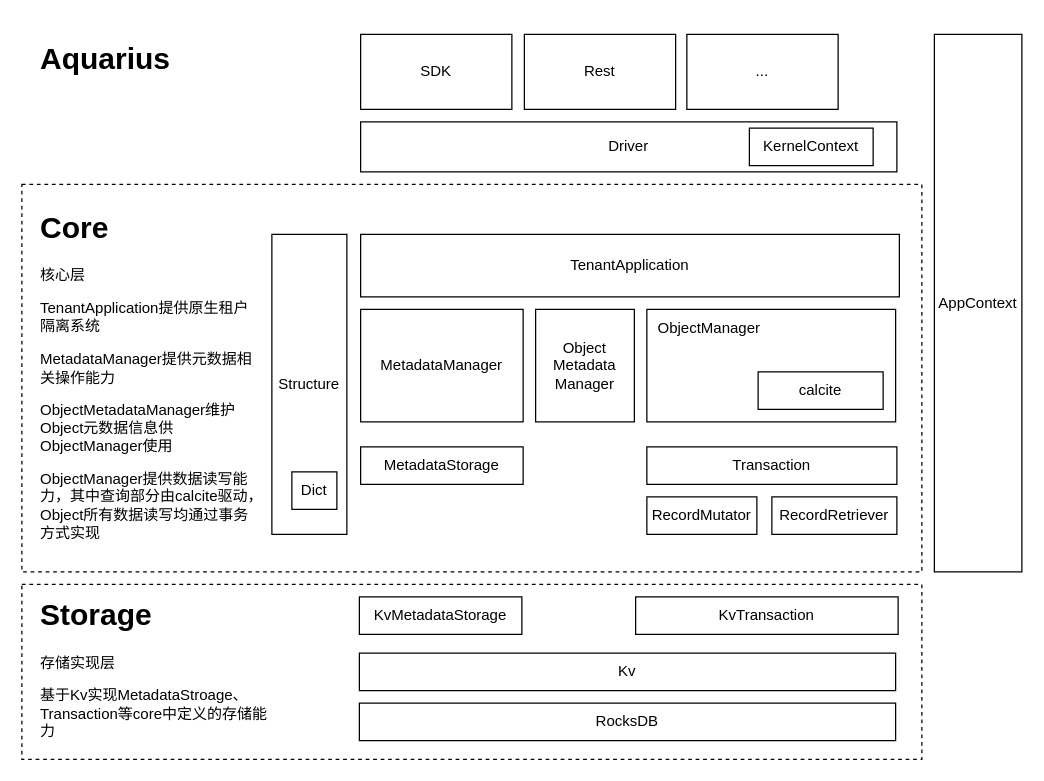
Before: page "架构图" (2 of 2) of aquaruis.drawio in yjfso/draw, a draw.io diagram. Source tidied: cells renumbered, new cells numbered last; positions are measured from the earlier drawing's top-left corner, leaving out a move shared by most shapes. Both pictures are drawn from the tidied source at 125%, with x=0, y=0 at pixel (21, 34).
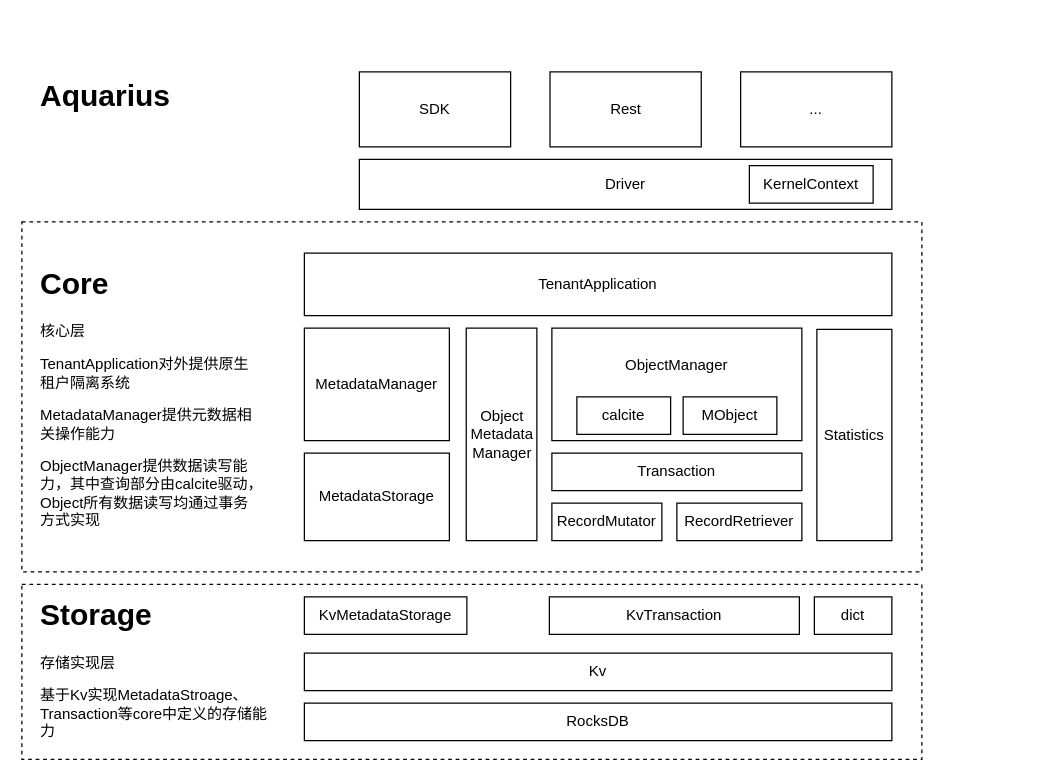
The same page after the edit.

What changed in the source:
```diff
@@
     <mxCell id="3" style="rounded=0;whiteSpace=wrap;html=1;dashed=1;" parent="1" vertex="1">
-      <mxGeometry y="120" width="720" height="310" as="geometry" />
+      <mxGeometry y="150" width="720" height="280" as="geometry" />
     </mxCell>
     <mxCell id="4" value="TenantApplication" style="rounded=0;whiteSpace=wrap;html=1;" parent="1" vertex="1">
-      <mxGeometry x="271" y="160" width="431" height="50" as="geometry" />
+      <mxGeometry x="226" y="175" width="470" height="50" as="geometry" />
     </mxCell>
     <mxCell id="5" value="MetadataManager" style="rounded=0;whiteSpace=wrap;html=1;" parent="1" vertex="1">
-      <mxGeometry x="271" y="220" width="130" height="90" as="geometry" />
+      <mxGeometry x="226" y="235" width="116" height="90" as="geometry" />
     </mxCell>
     <mxCell id="6" style="rounded=0;whiteSpace=wrap;html=1;" parent="1" vertex="1">
-      <mxGeometry x="500" y="220" width="199" height="90" as="geometry" />
+      <mxGeometry x="424" y="235" width="200" height="90" as="geometry" />
     </mxCell>
     <mxCell id="7" value="Object&lt;br&gt;Metadata&lt;br&gt;Manager" style="rounded=0;whiteSpace=wrap;html=1;" parent="1" vertex="1">
-      <mxGeometry x="411" y="220" width="79" height="90" as="geometry" />
+      <mxGeometry x="355.5" y="235" width="56.5" height="170" as="geometry" />
     </mxCell>
     <mxCell id="8" value="MetadataStorage" style="rounded=0;whiteSpace=wrap;html=1;" parent="1" vertex="1">
-      <mxGeometry x="271" y="330" width="130" height="30" as="geometry" />
+      <mxGeometry x="226" y="335" width="116" height="70" as="geometry" />
     </mxCell>
     <mxCell id="9" value="Transaction" style="rounded=0;whiteSpace=wrap;html=1;" parent="1" vertex="1">
-      <mxGeometry x="500" y="330" width="200" height="30" as="geometry" />
+      <mxGeometry x="424" y="335" width="200" height="30" as="geometry" />
     </mxCell>
     <mxCell id="10" value="KvMetadataStorage" style="rounded=0;whiteSpace=wrap;html=1;" parent="1" vertex="1">
-      <mxGeometry x="270" y="450" width="130" height="30" as="geometry" />
+      <mxGeometry x="226" y="450" width="130" height="30" as="geometry" />
     </mxCell>
     <mxCell id="11" value="RocksDB" style="rounded=0;whiteSpace=wrap;html=1;" parent="1" vertex="1">
-      <mxGeometry x="270" y="535" width="429" height="30" as="geometry" />
+      <mxGeometry x="226" y="535" width="470" height="30" as="geometry" />
     </mxCell>
     <mxCell id="12" value="Driver" style="rounded=0;whiteSpace=wrap;html=1;" parent="1" vertex="1">
-      <mxGeometry x="271" y="70" width="429" height="40" as="geometry" />
+      <mxGeometry x="270" y="100" width="426" height="40" as="geometry" />
     </mxCell>
     <mxCell id="13" value="SDK" style="rounded=0;whiteSpace=wrap;html=1;" parent="1" vertex="1">
-      <mxGeometry x="271" width="121" height="60" as="geometry" />
+      <mxGeometry x="270" y="30" width="121" height="60" as="geometry" />
     </mxCell>
     <mxCell id="14" value="Rest" style="rounded=0;whiteSpace=wrap;html=1;" parent="1" vertex="1">
-      <mxGeometry x="402" width="121" height="60" as="geometry" />
+      <mxGeometry x="422.5" y="30" width="121" height="60" as="geometry" />
     </mxCell>
     <mxCell id="15" value="..." style="rounded=0;whiteSpace=wrap;html=1;" parent="1" vertex="1">
-      <mxGeometry x="532" width="121" height="60" as="geometry" />
+      <mxGeometry x="575" y="30" width="121" height="60" as="geometry" />
     </mxCell>
-    <mxCell id="16" value="&lt;h1&gt;Core&lt;/h1&gt;&lt;p&gt;核心层&lt;/p&gt;&lt;p&gt;TenantApplication提供原生租户隔离系统&lt;/p&gt;&lt;p&gt;MetadataManager提供元数据相关操作能力&lt;/p&gt;&lt;p&gt;ObjectMetadataManager维护Object元数据信息供ObjectManager使用&lt;/p&gt;&lt;p&gt;ObjectManager提供数据读写能力，其中查询部分由calcite驱动，Object所有数据读写均通过事务方式实现&lt;/p&gt;" style="text;html=1;strokeColor=none;fillColor=none;spacing=5;spacingTop=-20;whiteSpace=wrap;overflow=hidden;rounded=0;dashed=1;" parent="1" vertex="1">
-      <mxGeometry x="10" y="135" width="186" height="290" as="geometry" />
+    <mxCell id="16" value="&lt;h1&gt;Core&lt;/h1&gt;&lt;p&gt;核心层&lt;/p&gt;&lt;p&gt;TenantApplication对外提供原生租户隔离系统&lt;/p&gt;&lt;p&gt;MetadataManager提供元数据相关操作能力&lt;/p&gt;&lt;p&gt;&lt;span style=&quot;background-color: initial;&quot;&gt;ObjectManager提供数据读写能力，其中查询部分由calcite驱动，Object所有数据读写均通过事务方式实现&lt;/span&gt;&lt;br&gt;&lt;/p&gt;" style="text;html=1;strokeColor=none;fillColor=none;spacing=5;spacingTop=-20;whiteSpace=wrap;overflow=hidden;rounded=0;dashed=1;" parent="1" vertex="1">
+      <mxGeometry x="10" y="180" width="186" height="235" as="geometry" />
     </mxCell>
     <mxCell id="17" value="calcite" style="rounded=0;whiteSpace=wrap;html=1;" parent="1" vertex="1">
-      <mxGeometry x="589" y="270" width="100" height="30" as="geometry" />
+      <mxGeometry x="444" y="290" width="75" height="30" as="geometry" />
     </mxCell>
     <mxCell id="18" value="KernelContext" style="rounded=0;whiteSpace=wrap;html=1;" parent="1" vertex="1">
-      <mxGeometry x="582" y="75" width="99" height="30" as="geometry" />
+      <mxGeometry x="582" y="105" width="99" height="30" as="geometry" />
     </mxCell>
     <mxCell id="19" value="RecordMutator" style="rounded=0;whiteSpace=wrap;html=1;" parent="1" vertex="1">
-      <mxGeometry x="500" y="370" width="88" height="30" as="geometry" />
+      <mxGeometry x="424" y="375" width="88" height="30" as="geometry" />
     </mxCell>
     <mxCell id="20" value="RecordRetriever" style="rounded=0;whiteSpace=wrap;html=1;" parent="1" vertex="1">
-      <mxGeometry x="600" y="370" width="100" height="30" as="geometry" />
+      <mxGeometry x="524" y="375" width="100" height="30" as="geometry" />
     </mxCell>
     <mxCell id="21" value="ObjectManager" style="text;html=1;strokeColor=none;fillColor=none;align=center;verticalAlign=middle;whiteSpace=wrap;rounded=0;" parent="1" vertex="1">
-      <mxGeometry x="501" y="220" width="98" height="30" as="geometry" />
+      <mxGeometry x="475" y="250" width="98" height="30" as="geometry" />
     </mxCell>
     <mxCell id="22" value="Kv" style="rounded=0;whiteSpace=wrap;html=1;" parent="1" vertex="1">
-      <mxGeometry x="270" y="495" width="429" height="30" as="geometry" />
+      <mxGeometry x="226" y="495" width="470" height="30" as="geometry" />
     </mxCell>
     <mxCell id="23" value="KvTransaction" style="rounded=0;whiteSpace=wrap;html=1;" parent="1" vertex="1">
-      <mxGeometry x="491" y="450" width="210" height="30" as="geometry" />
+      <mxGeometry x="422" y="450" width="200" height="30" as="geometry" />
     </mxCell>
-    <mxCell id="24" value="Structure" style="rounded=0;whiteSpace=wrap;html=1;" parent="1" vertex="1">
-      <mxGeometry x="200" y="160" width="60" height="240" as="geometry" />
+    <mxCell id="24" value="Statistics" style="rounded=0;whiteSpace=wrap;html=1;" parent="1" vertex="1">
+      <mxGeometry x="636" y="236" width="60" height="169" as="geometry" />
     </mxCell>
-    <mxCell id="25" value="Dict" style="rounded=0;whiteSpace=wrap;html=1;" parent="1" vertex="1">
-      <mxGeometry x="216" y="350" width="36" height="30" as="geometry" />
-    </mxCell>
-    <mxCell id="26" value="AppContext" style="rounded=0;whiteSpace=wrap;html=1;" parent="1" vertex="1">
-      <mxGeometry x="730" width="70" height="430" as="geometry" />
-    </mxCell>
@@
     <mxCell id="28" value="&lt;h1&gt;Aquarius&lt;/h1&gt;" style="text;html=1;strokeColor=none;fillColor=none;spacing=5;spacingTop=-20;whiteSpace=wrap;overflow=hidden;rounded=0;dashed=1;" parent="1" vertex="1">
-      <mxGeometry x="10" width="190" height="50" as="geometry" />
+      <mxGeometry x="10" y="30" width="190" height="50" as="geometry" />
     </mxCell>
+    <mxCell id="29" value="MObject" style="rounded=0;whiteSpace=wrap;html=1;" parent="1" vertex="1">
+      <mxGeometry x="529" y="290" width="75" height="30" as="geometry" />
+    </mxCell>
+    <mxCell id="30" value="dict" style="rounded=0;whiteSpace=wrap;html=1;" parent="1" vertex="1">
+      <mxGeometry x="634" y="450" width="62" height="30" as="geometry" />
+    </mxCell>
```
